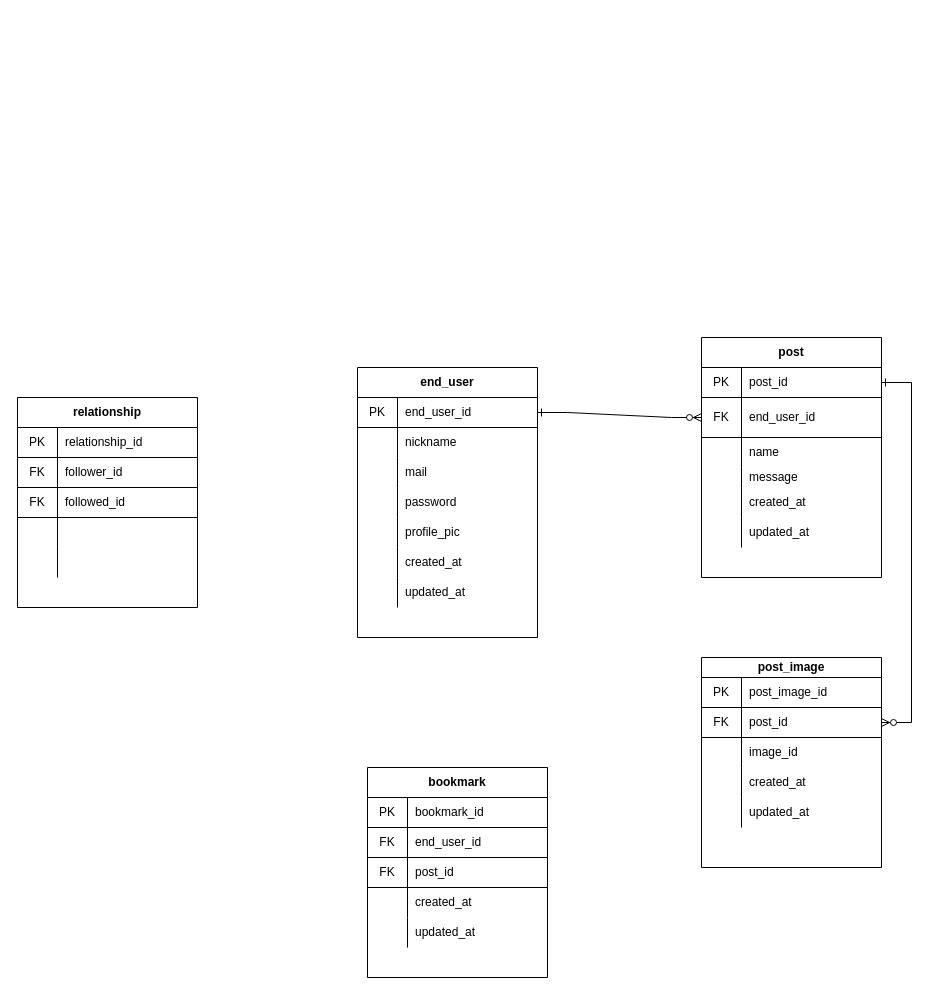
Before: eco.share.drawio in pkoky/eco-share, a draw.io diagram. Source tidied: cells renumbered, new cells numbered last; positions are measured from the earlier drawing's top-left corner, leaving out a move shared by most shapes. Both pictures are drawn from the tidied source at 100%, with x=0, y=0 at pixel (17, 337).
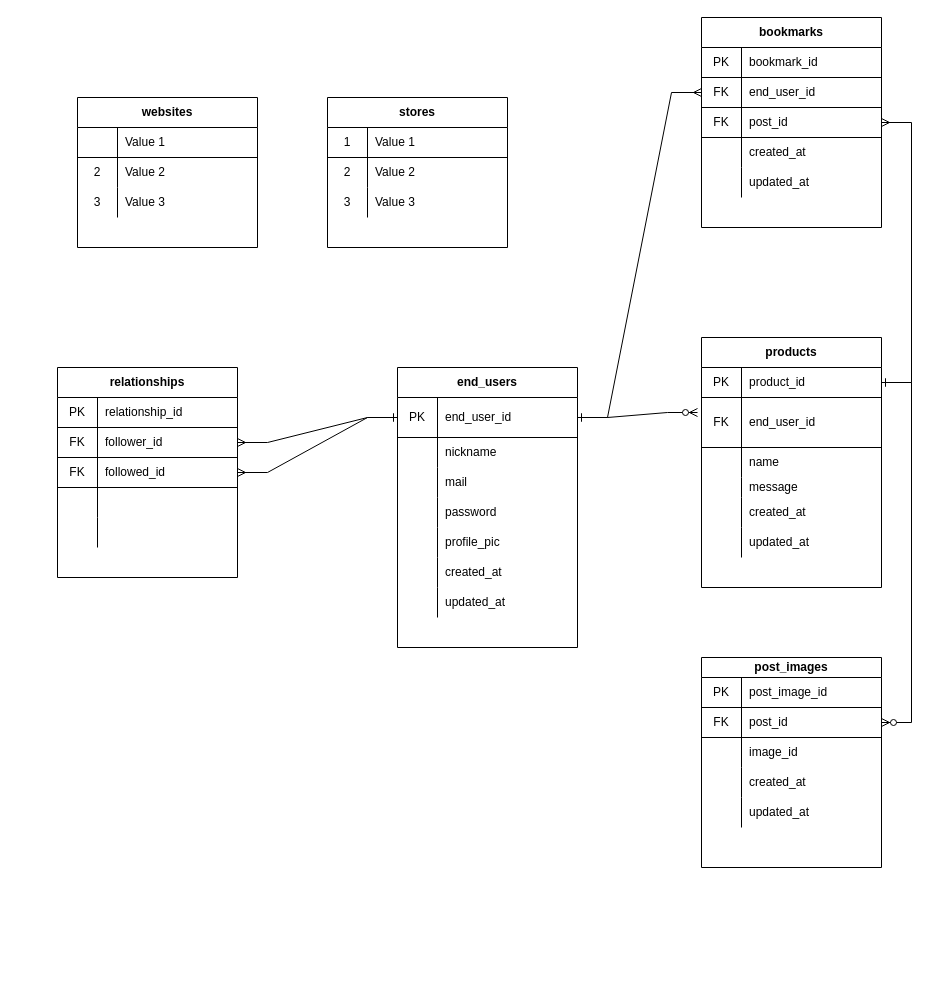
After the change.

Unchanged cells that the change refers to:
```xml
<mxCell id="25" style="shape=partialRectangle;html=1;whiteSpace=wrap;fillColor=none;top=0;left=0;bottom=1;right=0;points=[[0,0.5],[1,0.5]];portConstraint=eastwest;" parent="24" vertex="1">
  <mxGeometry y="30" width="180" height="30" as="geometry" />
</mxCell>
<mxCell id="63" style="shape=partialRectangle;html=1;whiteSpace=wrap;fillColor=none;top=0;left=0;bottom=1;right=0;points=[[0,0.5],[1,0.5]];portConstraint=eastwest;" parent="59" vertex="1">
  <mxGeometry y="60" width="180" height="30" as="geometry" />
</mxCell>
<mxCell id="66" style="shape=partialRectangle;html=1;whiteSpace=wrap;fillColor=none;top=0;left=0;bottom=1;right=0;points=[[0,0.5],[1,0.5]];portConstraint=eastwest;" parent="59" vertex="1">
  <mxGeometry y="90" width="180" height="30" as="geometry" />
</mxCell>
<mxCell id="79" style="shape=partialRectangle;html=1;whiteSpace=wrap;fillColor=none;top=0;left=0;bottom=1;right=0;points=[[0,0.5],[1,0.5]];portConstraint=eastwest;" parent="75" vertex="1">
  <mxGeometry y="60" width="180" height="30" as="geometry" />
</mxCell>
<mxCell id="82" style="shape=partialRectangle;html=1;whiteSpace=wrap;fillColor=none;top=0;left=0;bottom=1;right=0;points=[[0,0.5],[1,0.5]];portConstraint=eastwest;" parent="75" vertex="1">
  <mxGeometry y="90" width="180" height="30" as="geometry" />
</mxCell>
```

Change to the diagram source:
```diff
@@
-    <mxCell id="2" value="end_user" style="shape=table;html=1;whiteSpace=wrap;startSize=30;childLayout=tableLayout;rowLines=0;fontStyle=1;align=center;" parent="1" vertex="1">
-      <mxGeometry x="340" y="30" width="180" height="270" as="geometry" />
+    <mxCell id="2" value="end_users" style="shape=table;html=1;whiteSpace=wrap;startSize=30;childLayout=tableLayout;rowLines=0;fontStyle=1;align=center;" parent="1" vertex="1">
+      <mxGeometry x="380" y="30" width="180" height="280" as="geometry" />
     </mxCell>
     <mxCell id="3" style="shape=partialRectangle;html=1;whiteSpace=wrap;fillColor=none;top=0;left=0;bottom=1;right=0;points=[[0,0.5],[1,0.5]];portConstraint=eastwest;" parent="2" vertex="1">
-      <mxGeometry y="30" width="180" height="30" as="geometry" />
+      <mxGeometry y="30" width="180" height="40" as="geometry" />
     </mxCell>
     <mxCell id="4" value="PK" style="shape=partialRectangle;html=1;whiteSpace=wrap;fillColor=none;top=0;left=0;bottom=0;right=0;overflow=hidden;" parent="3" vertex="1">
-      <mxGeometry width="40" height="30" as="geometry" />
+      <mxGeometry width="40" height="40" as="geometry" />
     </mxCell>
     <mxCell id="5" value="end_user_id" style="shape=partialRectangle;html=1;whiteSpace=wrap;fillColor=none;top=0;left=0;bottom=0;right=0;align=left;spacingLeft=6;overflow=hidden;" parent="3" vertex="1">
-      <mxGeometry x="40" width="140" height="30" as="geometry" />
+      <mxGeometry x="40" width="140" height="40" as="geometry" />
     </mxCell>
     <mxCell id="6" style="shape=partialRectangle;html=1;whiteSpace=wrap;fillColor=none;top=0;left=0;bottom=0;right=0;" parent="2" vertex="1">
-      <mxGeometry y="60" width="180" height="30" as="geometry" />
+      <mxGeometry y="70" width="180" height="30" as="geometry" />
     </mxCell>
@@
     <mxCell id="9" style="shape=partialRectangle;html=1;whiteSpace=wrap;fillColor=none;top=0;left=0;bottom=0;right=0;" parent="2" vertex="1">
-      <mxGeometry y="90" width="180" height="30" as="geometry" />
+      <mxGeometry y="100" width="180" height="30" as="geometry" />
     </mxCell>
@@
     <mxCell id="12" style="shape=partialRectangle;html=1;whiteSpace=wrap;fillColor=none;top=0;left=0;bottom=0;right=0;" parent="2" vertex="1">
-      <mxGeometry y="120" width="180" height="30" as="geometry" />
+      <mxGeometry y="130" width="180" height="30" as="geometry" />
     </mxCell>
@@
     <mxCell id="15" style="shape=partialRectangle;html=1;whiteSpace=wrap;fillColor=none;top=0;left=0;bottom=0;right=0;" parent="2" vertex="1">
-      <mxGeometry y="150" width="180" height="30" as="geometry" />
+      <mxGeometry y="160" width="180" height="30" as="geometry" />
     </mxCell>
@@
     <mxCell id="18" style="shape=partialRectangle;html=1;whiteSpace=wrap;fillColor=none;top=0;left=0;bottom=0;right=0;" parent="2" vertex="1">
-      <mxGeometry y="180" width="180" height="30" as="geometry" />
+      <mxGeometry y="190" width="180" height="30" as="geometry" />
     </mxCell>
@@
     <mxCell id="21" style="shape=partialRectangle;html=1;whiteSpace=wrap;fillColor=none;top=0;left=0;bottom=0;right=0;" parent="2" vertex="1">
-      <mxGeometry y="210" width="180" height="30" as="geometry" />
+      <mxGeometry y="220" width="180" height="30" as="geometry" />
     </mxCell>
@@
-    <mxCell id="24" value="post" style="shape=table;html=1;whiteSpace=wrap;startSize=30;childLayout=tableLayout;rowLines=0;fontStyle=1;align=center;" parent="1" vertex="1">
-      <mxGeometry x="684" width="180" height="240" as="geometry" />
+    <mxCell id="24" value="products" style="shape=table;html=1;whiteSpace=wrap;startSize=30;childLayout=tableLayout;rowLines=0;fontStyle=1;align=center;" parent="1" vertex="1">
+      <mxGeometry x="684" width="180" height="250" as="geometry" />
     </mxCell>
@@
-    <mxCell id="27" value="post_id" style="shape=partialRectangle;html=1;whiteSpace=wrap;fillColor=none;top=0;left=0;bottom=0;right=0;align=left;spacingLeft=6;overflow=hidden;" parent="25" vertex="1">
+    <mxCell id="27" value="product_id" style="shape=partialRectangle;html=1;whiteSpace=wrap;fillColor=none;top=0;left=0;bottom=0;right=0;align=left;spacingLeft=6;overflow=hidden;" parent="25" vertex="1">
       <mxGeometry x="40" width="140" height="30" as="geometry" />
     </mxCell>
     <mxCell id="28" style="shape=partialRectangle;html=1;whiteSpace=wrap;fillColor=none;top=0;left=0;bottom=1;right=0;points=[[0,0.5],[1,0.5]];portConstraint=eastwest;" parent="24" vertex="1">
-      <mxGeometry y="60" width="180" height="40" as="geometry" />
+      <mxGeometry y="60" width="180" height="50" as="geometry" />
     </mxCell>
     <mxCell id="29" value="FK" style="shape=partialRectangle;html=1;whiteSpace=wrap;fillColor=none;top=0;left=0;bottom=0;right=0;overflow=hidden;" parent="28" vertex="1">
-      <mxGeometry width="40" height="40" as="geometry" />
+      <mxGeometry width="40" height="50" as="geometry" />
     </mxCell>
     <mxCell id="30" value="end_user_id" style="shape=partialRectangle;html=1;whiteSpace=wrap;fillColor=none;top=0;left=0;bottom=0;right=0;align=left;spacingLeft=6;overflow=hidden;" parent="28" vertex="1">
-      <mxGeometry x="40" width="140" height="40" as="geometry" />
+      <mxGeometry x="40" width="140" height="50" as="geometry" />
     </mxCell>
     <mxCell id="31" style="shape=partialRectangle;html=1;whiteSpace=wrap;fillColor=none;top=0;left=0;bottom=0;right=0;" parent="24" vertex="1">
-      <mxGeometry y="100" width="180" height="30" as="geometry" />
+      <mxGeometry y="110" width="180" height="30" as="geometry" />
     </mxCell>
@@
     <mxCell id="34" style="shape=partialRectangle;html=1;whiteSpace=wrap;fillColor=none;top=0;left=0;bottom=0;right=0;" parent="24" vertex="1">
-      <mxGeometry y="130" width="180" height="20" as="geometry" />
+      <mxGeometry y="140" width="180" height="20" as="geometry" />
     </mxCell>
@@
     <mxCell id="37" style="shape=partialRectangle;html=1;whiteSpace=wrap;fillColor=none;top=0;left=0;bottom=0;right=0;" parent="24" vertex="1">
-      <mxGeometry y="150" width="180" height="30" as="geometry" />
+      <mxGeometry y="160" width="180" height="30" as="geometry" />
     </mxCell>
@@
     <mxCell id="40" style="shape=partialRectangle;html=1;whiteSpace=wrap;fillColor=none;top=0;left=0;bottom=0;right=0;" parent="24" vertex="1">
-      <mxGeometry y="180" width="180" height="30" as="geometry" />
+      <mxGeometry y="190" width="180" height="30" as="geometry" />
     </mxCell>
@@
-    <mxCell id="43" value="post_image" style="shape=table;html=1;whiteSpace=wrap;startSize=20;childLayout=tableLayout;rowLines=0;fontStyle=1;align=center;" parent="1" vertex="1">
+    <mxCell id="43" value="post_images" style="shape=table;html=1;whiteSpace=wrap;startSize=20;childLayout=tableLayout;rowLines=0;fontStyle=1;align=center;" parent="1" vertex="1">
       <mxGeometry x="684" y="320" width="180" height="210" as="geometry" />
     </mxCell>
@@
-    <mxCell id="59" value="bookmark" style="shape=table;html=1;whiteSpace=wrap;startSize=30;childLayout=tableLayout;rowLines=0;fontStyle=1;align=center;" parent="1" vertex="1">
-      <mxGeometry x="350" y="430" width="180" height="210" as="geometry" />
+    <mxCell id="59" value="bookmarks" style="shape=table;html=1;whiteSpace=wrap;startSize=30;childLayout=tableLayout;rowLines=0;fontStyle=1;align=center;" parent="1" vertex="1">
+      <mxGeometry x="684" y="-320" width="180" height="210" as="geometry" />
     </mxCell>
@@
-    <mxCell id="75" value="relationship" style="shape=table;html=1;whiteSpace=wrap;startSize=30;childLayout=tableLayout;rowLines=0;fontStyle=1;align=center;" parent="1" vertex="1">
-      <mxGeometry y="60" width="180" height="210" as="geometry" />
+    <mxCell id="75" value="relationships" style="shape=table;html=1;whiteSpace=wrap;startSize=30;childLayout=tableLayout;rowLines=0;fontStyle=1;align=center;" parent="1" vertex="1">
+      <mxGeometry x="40" y="30" width="180" height="210" as="geometry" />
     </mxCell>
@@
-    <mxCell id="91" style="edgeStyle=entityRelationEdgeStyle;rounded=0;jettySize=auto;html=1;entryX=0;entryY=0.5;entryDx=0;entryDy=0;endArrow=ERzeroToMany;endFill=1;startArrow=ERone;startFill=0;" parent="1" edge="1" source="3" target="28">
-      <mxGeometry relative="1" as="geometry" />
+    <mxCell id="91" style="edgeStyle=entityRelationEdgeStyle;rounded=0;jettySize=auto;html=1;endArrow=ERzeroToMany;endFill=1;startArrow=ERone;startFill=0;exitX=1;exitY=0.5;exitDx=0;exitDy=0;" parent="1" edge="1" source="3">
+      <mxGeometry relative="1" as="geometry">
+        <mxPoint x="680" y="75" as="targetPoint" />
+      </mxGeometry>
     </mxCell>
@@
+    <mxCell id="93" style="edgeStyle=entityRelationEdgeStyle;rounded=0;jettySize=auto;html=1;entryX=1;entryY=0.5;entryDx=0;entryDy=0;startArrow=ERmany;startFill=0;endArrow=ERone;endFill=0;exitX=1;exitY=0.5;exitDx=0;exitDy=0;" parent="1" edge="1" source="66" target="25">
+      <mxGeometry relative="1" as="geometry" />
+    </mxCell>
+    <mxCell id="94" style="edgeStyle=entityRelationEdgeStyle;rounded=0;jettySize=auto;html=1;exitX=0;exitY=0.5;exitDx=0;exitDy=0;entryX=1;entryY=0.5;entryDx=0;entryDy=0;startArrow=ERone;startFill=0;endArrow=ERmany;endFill=0;" parent="1" edge="1" source="3" target="79">
+      <mxGeometry relative="1" as="geometry" />
+    </mxCell>
+    <mxCell id="95" style="edgeStyle=entityRelationEdgeStyle;rounded=0;jettySize=auto;html=1;exitX=0;exitY=0.5;exitDx=0;exitDy=0;entryX=1;entryY=0.5;entryDx=0;entryDy=0;startArrow=ERone;startFill=0;endArrow=ERmany;endFill=0;" parent="1" edge="1" source="3" target="82">
+      <mxGeometry relative="1" as="geometry" />
+    </mxCell>
+    <mxCell id="96" style="edgeStyle=entityRelationEdgeStyle;rounded=0;jettySize=auto;html=1;exitX=1;exitY=0.5;exitDx=0;exitDy=0;startArrow=ERone;startFill=0;endArrow=ERmany;endFill=0;entryX=0;entryY=0.5;entryDx=0;entryDy=0;" parent="1" edge="1" source="3" target="63">
+      <mxGeometry relative="1" as="geometry" />
+    </mxCell>
+    <mxCell id="97" value="stores" style="shape=table;html=1;whiteSpace=wrap;startSize=30;childLayout=tableLayout;rowLines=0;fontStyle=1;align=center;" parent="1" vertex="1">
+      <mxGeometry x="310" y="-240" width="180" height="150" as="geometry" />
+    </mxCell>
+    <mxCell id="98" style="shape=partialRectangle;html=1;whiteSpace=wrap;fillColor=none;top=0;left=0;bottom=1;right=0;" parent="97" vertex="1">
+      <mxGeometry y="30" width="180" height="30" as="geometry" />
+    </mxCell>
+    <mxCell id="99" value="1" style="shape=partialRectangle;html=1;whiteSpace=wrap;fillColor=none;top=0;left=0;bottom=0;right=0;overflow=hidden;" parent="98" vertex="1">
+      <mxGeometry width="40" height="30" as="geometry" />
+    </mxCell>
+    <mxCell id="100" value="Value 1" style="shape=partialRectangle;html=1;whiteSpace=wrap;fillColor=none;top=0;left=0;bottom=0;right=0;align=left;spacingLeft=6;overflow=hidden;" parent="98" vertex="1">
+      <mxGeometry x="40" width="140" height="30" as="geometry" />
+    </mxCell>
+    <mxCell id="101" style="shape=partialRectangle;html=1;whiteSpace=wrap;fillColor=none;top=0;left=0;bottom=0;right=0;" parent="97" vertex="1">
+      <mxGeometry y="60" width="180" height="30" as="geometry" />
+    </mxCell>
+    <mxCell id="102" value="2" style="shape=partialRectangle;html=1;whiteSpace=wrap;fillColor=none;top=0;left=0;bottom=0;right=0;overflow=hidden;" parent="101" vertex="1">
+      <mxGeometry width="40" height="30" as="geometry" />
+    </mxCell>
+    <mxCell id="103" value="Value 2" style="shape=partialRectangle;html=1;whiteSpace=wrap;fillColor=none;top=0;left=0;bottom=0;right=0;align=left;spacingLeft=6;overflow=hidden;" parent="101" vertex="1">
+      <mxGeometry x="40" width="140" height="30" as="geometry" />
+    </mxCell>
+    <mxCell id="104" style="shape=partialRectangle;html=1;whiteSpace=wrap;fillColor=none;top=0;left=0;bottom=0;right=0;" parent="97" vertex="1">
+      <mxGeometry y="90" width="180" height="30" as="geometry" />
+    </mxCell>
+    <mxCell id="105" value="3" style="shape=partialRectangle;html=1;whiteSpace=wrap;fillColor=none;top=0;left=0;bottom=0;right=0;overflow=hidden;" parent="104" vertex="1">
+      <mxGeometry width="40" height="30" as="geometry" />
+    </mxCell>
+    <mxCell id="106" value="Value 3" style="shape=partialRectangle;html=1;whiteSpace=wrap;fillColor=none;top=0;left=0;bottom=0;right=0;align=left;spacingLeft=6;overflow=hidden;" parent="104" vertex="1">
+      <mxGeometry x="40" width="140" height="30" as="geometry" />
+    </mxCell>
+    <mxCell id="107" value="websites" style="shape=table;html=1;whiteSpace=wrap;startSize=30;childLayout=tableLayout;rowLines=0;fontStyle=1;align=center;" parent="1" vertex="1">
+      <mxGeometry x="60" y="-240" width="180" height="150" as="geometry" />
+    </mxCell>
+    <mxCell id="108" style="shape=partialRectangle;html=1;whiteSpace=wrap;fillColor=none;top=0;left=0;bottom=1;right=0;" parent="107" vertex="1">
+      <mxGeometry y="30" width="180" height="30" as="geometry" />
+    </mxCell>
+    <mxCell id="109" style="shape=partialRectangle;html=1;whiteSpace=wrap;fillColor=none;top=0;left=0;bottom=0;right=0;overflow=hidden;" parent="108" vertex="1">
+      <mxGeometry width="40" height="30" as="geometry" />
+    </mxCell>
+    <mxCell id="110" value="Value 1" style="shape=partialRectangle;html=1;whiteSpace=wrap;fillColor=none;top=0;left=0;bottom=0;right=0;align=left;spacingLeft=6;overflow=hidden;" parent="108" vertex="1">
+      <mxGeometry x="40" width="140" height="30" as="geometry" />
+    </mxCell>
+    <mxCell id="111" style="shape=partialRectangle;html=1;whiteSpace=wrap;fillColor=none;top=0;left=0;bottom=0;right=0;" parent="107" vertex="1">
+      <mxGeometry y="60" width="180" height="30" as="geometry" />
+    </mxCell>
+    <mxCell id="112" value="2" style="shape=partialRectangle;html=1;whiteSpace=wrap;fillColor=none;top=0;left=0;bottom=0;right=0;overflow=hidden;" parent="111" vertex="1">
+      <mxGeometry width="40" height="30" as="geometry" />
+    </mxCell>
+    <mxCell id="113" value="Value 2" style="shape=partialRectangle;html=1;whiteSpace=wrap;fillColor=none;top=0;left=0;bottom=0;right=0;align=left;spacingLeft=6;overflow=hidden;" parent="111" vertex="1">
+      <mxGeometry x="40" width="140" height="30" as="geometry" />
+    </mxCell>
+    <mxCell id="114" style="shape=partialRectangle;html=1;whiteSpace=wrap;fillColor=none;top=0;left=0;bottom=0;right=0;" parent="107" vertex="1">
+      <mxGeometry y="90" width="180" height="30" as="geometry" />
+    </mxCell>
+    <mxCell id="115" value="3" style="shape=partialRectangle;html=1;whiteSpace=wrap;fillColor=none;top=0;left=0;bottom=0;right=0;overflow=hidden;" parent="114" vertex="1">
+      <mxGeometry width="40" height="30" as="geometry" />
+    </mxCell>
+    <mxCell id="116" value="Value 3" style="shape=partialRectangle;html=1;whiteSpace=wrap;fillColor=none;top=0;left=0;bottom=0;right=0;align=left;spacingLeft=6;overflow=hidden;" parent="114" vertex="1">
+      <mxGeometry x="40" width="140" height="30" as="geometry" />
+    </mxCell>
```
